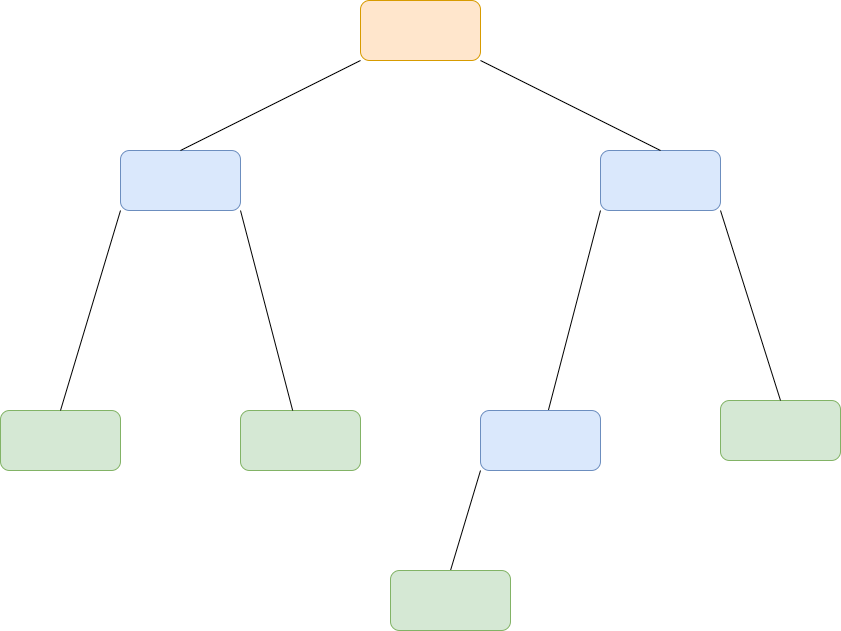
Before: Trees/Untitled Diagram.png, a diagram exported from draw.io (Emilianopp/Implementation-of-ML-Algorithms). Source tidied: cells renumbered, new cells last; positions are measured from the earlier drawing's top-left corner, leaving out a move shared by most shapes.
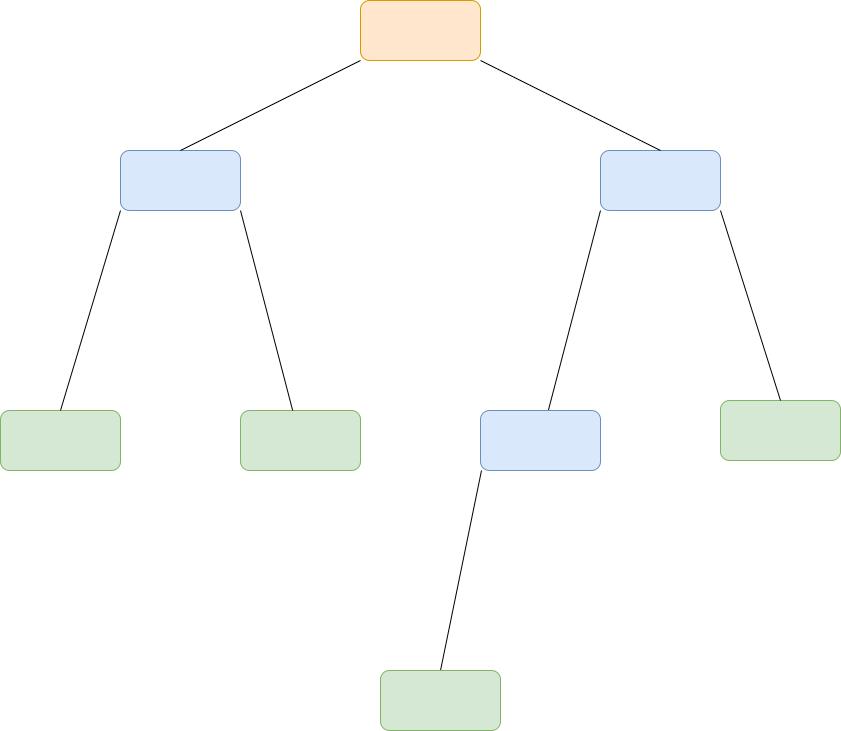
The same file after the commit.

Diff of the diagram source:
```diff
@@ -41,11 +41,13 @@
     <mxCell id="14" style="endArrow=none;html=1;exitX=1;exitY=1;exitDx=0;exitDy=0;entryX=0.5;entryY=0;entryDx=0;entryDy=0;" parent="1" edge="1" source="7" target="9">
       <mxGeometry relative="1" as="geometry" />
     </mxCell>
-    <mxCell id="15" style="endArrow=none;html=1;exitX=0;exitY=1;exitDx=0;exitDy=0;entryX=0.5;entryY=0;entryDx=0;entryDy=0;" parent="1" edge="1" source="4" target="16">
-      <mxGeometry relative="1" as="geometry" />
+    <mxCell id="15" style="endArrow=none;html=1;entryX=0.5;entryY=0;entryDx=0;entryDy=0;" parent="1" edge="1" target="16">
+      <mxGeometry relative="1" as="geometry">
+        <mxPoint x="481" y="470" as="sourcePoint" />
+      </mxGeometry>
     </mxCell>
     <mxCell id="16" style="rounded=1;whiteSpace=wrap;html=1;fillColor=#d5e8d4;strokeColor=#82b366;" parent="1" vertex="1">
-      <mxGeometry x="390" y="570" width="120" height="60" as="geometry" />
+      <mxGeometry x="380" y="670" width="120" height="60" as="geometry" />
     </mxCell>
   </root>
 </mxGraphModel>
```
